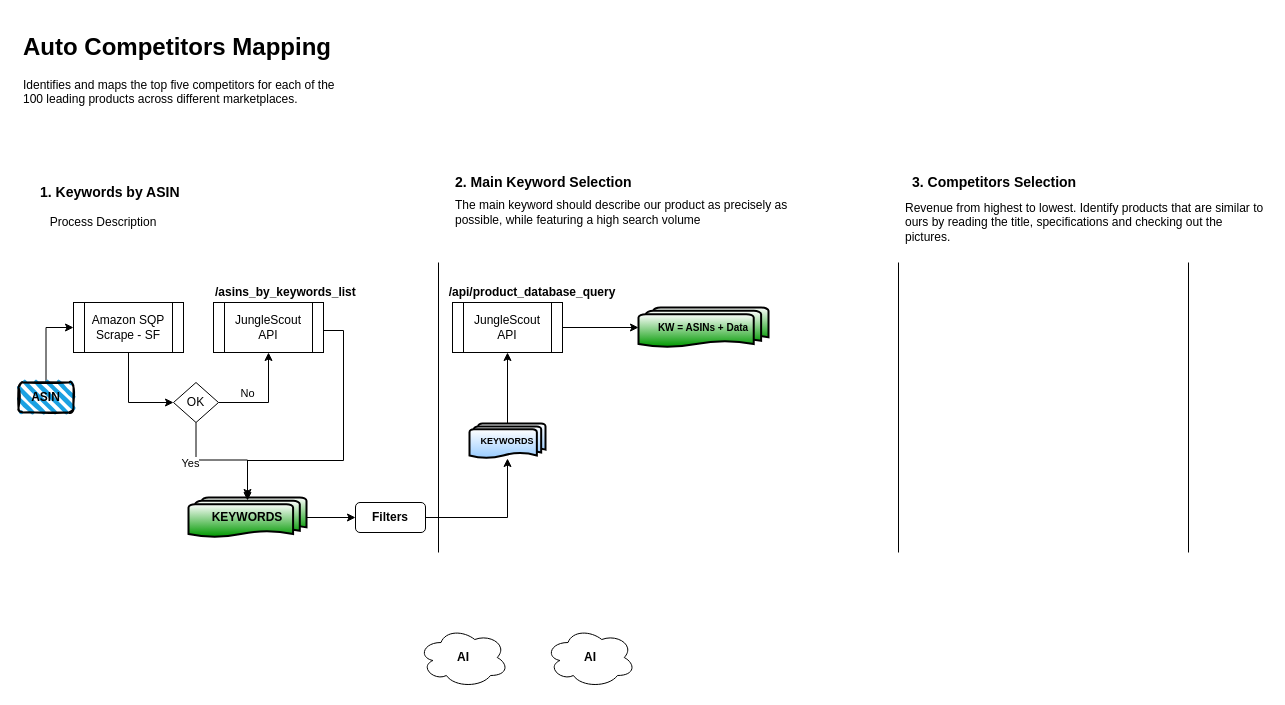
Above: competitors-mapping/sx_competitors_mapping.drawio in rribeirosellerx/drawio (draw.io), before the change. Source tidied: cells renumbered, new cells numbered last; positions are measured from the earlier drawing's top-left corner, leaving out a move shared by most shapes. Both pictures are drawn from the tidied source at 100%, with x=0, y=0 at pixel (18, 27).
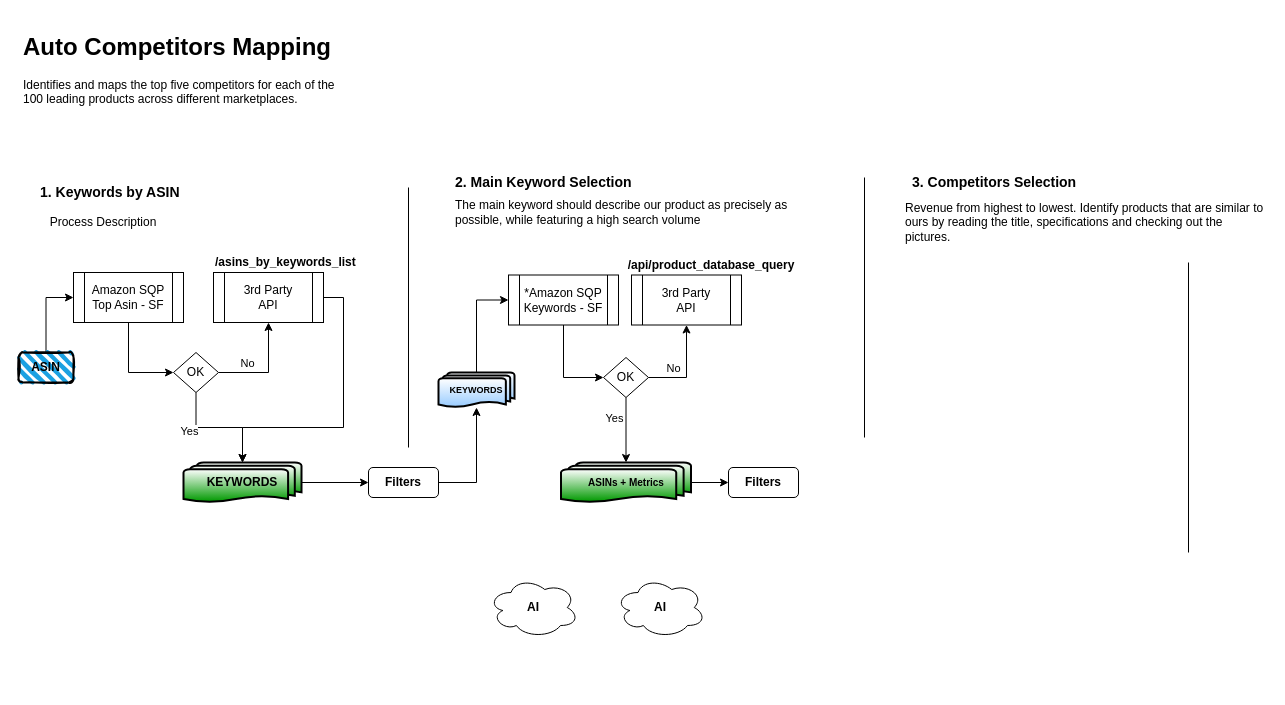
The same page after the edit.

Diff of the diagram source:
```diff
@@
     <mxCell id="3" style="endArrow=none;html=1;rounded=0;" parent="1" edge="1">
       <mxGeometry relative="1" as="geometry">
-        <mxPoint x="420" y="525" as="sourcePoint" />
-        <mxPoint x="420" y="235" as="targetPoint" />
+        <mxPoint x="390" y="420" as="sourcePoint" />
+        <mxPoint x="390" y="160" as="targetPoint" />
       </mxGeometry>
     </mxCell>
-    <mxCell id="4" style="endArrow=none;html=1;rounded=0;" parent="1" edge="1">
-      <mxGeometry relative="1" as="geometry">
-        <mxPoint x="880" y="525" as="sourcePoint" />
-        <mxPoint x="880" y="235" as="targetPoint" />
-      </mxGeometry>
-    </mxCell>
@@
     <mxCell id="8" value="&lt;b&gt;ASIN&lt;/b&gt;" style="rounded=1;whiteSpace=wrap;html=1;strokeWidth=2;fillWeight=4;hachureGap=8;hachureAngle=45;fillColor=#1ba1e2;sketch=1;" parent="1" vertex="1">
-      <mxGeometry y="355" width="55" height="30" as="geometry" />
+      <mxGeometry y="325" width="55" height="30" as="geometry" />
     </mxCell>
@@
-    <mxCell id="10" value="Amazon SQP&lt;br&gt;Scrape - SF" style="shape=process;whiteSpace=wrap;html=1;backgroundOutline=1;" parent="1" vertex="1">
-      <mxGeometry x="55" y="275" width="110" height="50" as="geometry" />
+    <mxCell id="10" value="Amazon SQP&lt;br&gt;Top Asin - SF" style="shape=process;whiteSpace=wrap;html=1;backgroundOutline=1;" parent="1" vertex="1">
+      <mxGeometry x="55" y="245" width="110" height="50" as="geometry" />
     </mxCell>
-    <mxCell id="11" value="JungleScout&lt;br&gt;API" style="shape=process;whiteSpace=wrap;html=1;backgroundOutline=1;" parent="1" vertex="1">
-      <mxGeometry x="195" y="275" width="110" height="50" as="geometry" />
+    <mxCell id="11" value="3rd Party&lt;br&gt;API" style="shape=process;whiteSpace=wrap;html=1;backgroundOutline=1;" parent="1" vertex="1">
+      <mxGeometry x="195" y="245" width="110" height="50" as="geometry" />
     </mxCell>
@@
     <mxCell id="14" value="OK" style="rhombus;whiteSpace=wrap;html=1;" parent="1" vertex="1">
-      <mxGeometry x="155" y="355" width="45" height="40" as="geometry" />
+      <mxGeometry x="155" y="325" width="45" height="40" as="geometry" />
     </mxCell>
@@
     <mxCell id="18" value="&lt;b&gt;KEYWORDS&lt;/b&gt;" style="strokeWidth=2;html=1;shape=mxgraph.flowchart.multi-document;whiteSpace=wrap;gradientColor=#009900;" parent="1" vertex="1">
-      <mxGeometry x="170" y="470" width="118" height="40" as="geometry" />
+      <mxGeometry x="165" y="435" width="118" height="40" as="geometry" />
     </mxCell>
@@
     <mxCell id="21" value="/asins_by_keywords_list" style="text;html=1;strokeColor=none;fillColor=none;align=left;verticalAlign=middle;whiteSpace=wrap;rounded=0;fontStyle=1;" parent="1" vertex="1">
-      <mxGeometry x="195" y="260" width="170" height="10" as="geometry" />
+      <mxGeometry x="195" y="230" width="170" height="10" as="geometry" />
     </mxCell>
@@
     <mxCell id="25" value="/api/product_database_query" style="text;html=1;strokeColor=none;fillColor=none;align=center;verticalAlign=middle;whiteSpace=wrap;rounded=0;fontStyle=1;" parent="1" vertex="1">
-      <mxGeometry x="434" y="250" width="160" height="30" as="geometry" />
+      <mxGeometry x="613" y="222.5" width="160" height="30" as="geometry" />
     </mxCell>
-    <mxCell id="26" style="edgeStyle=orthogonalEdgeStyle;rounded=0;jettySize=auto;html=1;" parent="1" edge="1" source="27" target="33">
-      <mxGeometry relative="1" as="geometry" />
-    </mxCell>
-    <mxCell id="27" value="JungleScout&lt;br&gt;API" style="shape=process;whiteSpace=wrap;html=1;backgroundOutline=1;" parent="1" vertex="1">
-      <mxGeometry x="434" y="275" width="110" height="50" as="geometry" />
+    <mxCell id="27" value="3rd Party&lt;br style=&quot;border-color: var(--border-color);&quot;&gt;API" style="shape=process;whiteSpace=wrap;html=1;backgroundOutline=1;" parent="1" vertex="1">
+      <mxGeometry x="613" y="247.5" width="110" height="50" as="geometry" />
     </mxCell>
@@
     <mxCell id="29" value="Filters" style="rounded=1;whiteSpace=wrap;html=1;fontStyle=1;" parent="1" vertex="1">
-      <mxGeometry x="337" y="475" width="70" height="30" as="geometry" />
+      <mxGeometry x="350" y="440" width="70" height="30" as="geometry" />
     </mxCell>
-    <mxCell id="30" style="edgeStyle=orthogonalEdgeStyle;rounded=0;jettySize=auto;html=1;" parent="1" edge="1" source="31" target="27">
+    <mxCell id="30" style="edgeStyle=orthogonalEdgeStyle;rounded=0;jettySize=auto;html=1;entryX=0;entryY=0.5;entryDx=0;entryDy=0;exitX=0.5;exitY=0;exitDx=0;exitDy=0;exitPerimeter=0;" parent="1" edge="1" source="31" target="38">
       <mxGeometry relative="1" as="geometry" />
     </mxCell>
     <mxCell id="31" value="&lt;b style=&quot;font-size: 9px;&quot;&gt;KEYWORDS&lt;/b&gt;" style="strokeWidth=2;html=1;shape=mxgraph.flowchart.multi-document;whiteSpace=wrap;gradientColor=#99CCFF;fontSize=9;align=center;" parent="1" vertex="1">
-      <mxGeometry x="451" y="396" width="76" height="35" as="geometry" />
+      <mxGeometry x="420" y="345" width="76" height="35" as="geometry" />
     </mxCell>
-    <mxCell id="32" style="edgeStyle=orthogonalEdgeStyle;rounded=0;orthogonalLoop=1;jettySize=auto;html=1;exitX=1;exitY=0.5;exitDx=0;exitDy=0;entryX=0.5;entryY=0;entryDx=0;entryDy=0;entryPerimeter=0;" parent="1" edge="1">
-      <mxGeometry relative="1" as="geometry">
-        <mxPoint x="305" y="303" as="sourcePoint" />
-        <mxPoint x="229" y="473" as="targetPoint" />
-        <Array as="points">
-          <mxPoint x="325" y="303" />
-          <mxPoint x="325" y="433" />
-          <mxPoint x="229" y="433" />
-        </Array>
-      </mxGeometry>
-    </mxCell>
+    <mxCell id="36" style="edgeStyle=orthogonalEdgeStyle;rounded=0;jettySize=auto;html=1;exitX=1;exitY=0.5;exitDx=0;exitDy=0;exitPerimeter=0;entryX=0;entryY=0.5;entryDx=0;entryDy=0;" parent="1" edge="1" source="33" target="46">
+      <mxGeometry relative="1" as="geometry" />
+    </mxCell>
-    <mxCell id="33" value="&lt;b style=&quot;font-size: 10px;&quot;&gt;KW = ASINs + Data&lt;/b&gt;" style="strokeWidth=2;html=1;shape=mxgraph.flowchart.multi-document;whiteSpace=wrap;gradientColor=#009900;fontSize=10;align=center;" parent="1" vertex="1">
-      <mxGeometry x="620" y="280" width="130" height="40" as="geometry" />
+    <mxCell id="33" value="&lt;b style=&quot;font-size: 10px;&quot;&gt;ASINs + Metrics&lt;/b&gt;" style="strokeWidth=2;html=1;shape=mxgraph.flowchart.multi-document;whiteSpace=wrap;gradientColor=#009900;fontSize=10;align=center;" parent="1" vertex="1">
+      <mxGeometry x="542.5" y="435" width="130" height="40" as="geometry" />
     </mxCell>
     <mxCell id="34" value="&lt;b&gt;AI&lt;/b&gt;" style="ellipse;shape=cloud;whiteSpace=wrap;html=1;" parent="1" vertex="1">
-      <mxGeometry x="527" y="600" width="90" height="60" as="geometry" />
+      <mxGeometry x="597" y="550" width="90" height="60" as="geometry" />
     </mxCell>
     <mxCell id="35" value="&lt;b&gt;AI&lt;/b&gt;" style="ellipse;shape=cloud;whiteSpace=wrap;html=1;" parent="1" vertex="1">
-      <mxGeometry x="400" y="600" width="90" height="60" as="geometry" />
+      <mxGeometry x="470" y="550" width="90" height="60" as="geometry" />
     </mxCell>
+    <mxCell id="37" style="edgeStyle=orthogonalEdgeStyle;rounded=0;jettySize=auto;html=1;entryX=0;entryY=0.5;entryDx=0;entryDy=0;" parent="1" edge="1" source="38" target="39">
+      <mxGeometry relative="1" as="geometry" />
+    </mxCell>
+    <mxCell id="38" value="*Amazon SQP&lt;br&gt;&lt;div style=&quot;&quot;&gt;&lt;span style=&quot;background-color: initial;&quot;&gt;Keywords - SF&lt;/span&gt;&lt;/div&gt;" style="shape=process;whiteSpace=wrap;html=1;backgroundOutline=1;align=center;" parent="1" vertex="1">
+      <mxGeometry x="490" y="247.5" width="110" height="50" as="geometry" />
+    </mxCell>
+    <mxCell id="39" value="OK" style="rhombus;whiteSpace=wrap;html=1;" parent="1" vertex="1">
+      <mxGeometry x="585" y="330" width="45" height="40" as="geometry" />
+    </mxCell>
+    <mxCell id="40" style="edgeStyle=orthogonalEdgeStyle;rounded=0;jettySize=auto;html=1;entryX=0.5;entryY=1;entryDx=0;entryDy=0;exitX=1;exitY=0.5;exitDx=0;exitDy=0;" parent="1" edge="1" source="39" target="27">
+      <mxGeometry relative="1" as="geometry" />
+    </mxCell>
+    <mxCell id="41" value="No" style="edgeLabel;html=1;align=center;verticalAlign=middle;" parent="40" vertex="1">
+      <mxGeometry x="-0.22" y="4" relative="1" as="geometry">
+        <mxPoint x="-11" y="-6" as="offset" />
+      </mxGeometry>
+    </mxCell>
+    <mxCell id="42" style="edgeStyle=orthogonalEdgeStyle;rounded=0;jettySize=auto;html=1;entryX=0.5;entryY=0;entryDx=0;entryDy=0;entryPerimeter=0;exitX=0.5;exitY=1;exitDx=0;exitDy=0;" parent="1" edge="1" source="39" target="33">
+      <mxGeometry relative="1" as="geometry" />
+    </mxCell>
+    <mxCell id="43" value="Yes" style="edgeLabel;html=1;align=center;verticalAlign=middle;" parent="42" vertex="1">
+      <mxGeometry x="-0.37" y="-3" relative="1" as="geometry">
+        <mxPoint x="-9" as="offset" />
+      </mxGeometry>
+    </mxCell>
+    <mxCell id="44" style="edgeStyle=orthogonalEdgeStyle;rounded=0;jettySize=auto;html=1;exitX=1;exitY=0.5;exitDx=0;exitDy=0;entryX=0.5;entryY=0;entryDx=0;entryDy=0;entryPerimeter=0;" parent="1" edge="1" source="11" target="18">
+      <mxGeometry relative="1" as="geometry">
+        <Array as="points">
+          <mxPoint x="325" y="270" />
+          <mxPoint x="325" y="400" />
+          <mxPoint x="224" y="400" />
+        </Array>
+      </mxGeometry>
+    </mxCell>
+    <mxCell id="45" style="endArrow=none;html=1;rounded=0;" parent="1" edge="1">
+      <mxGeometry relative="1" as="geometry">
+        <mxPoint x="846" y="410" as="sourcePoint" />
+        <mxPoint x="846" y="150" as="targetPoint" />
+      </mxGeometry>
+    </mxCell>
+    <mxCell id="46" value="Filters" style="rounded=1;whiteSpace=wrap;html=1;fontStyle=1;" parent="1" vertex="1">
+      <mxGeometry x="710" y="440" width="70" height="30" as="geometry" />
+    </mxCell>
```
